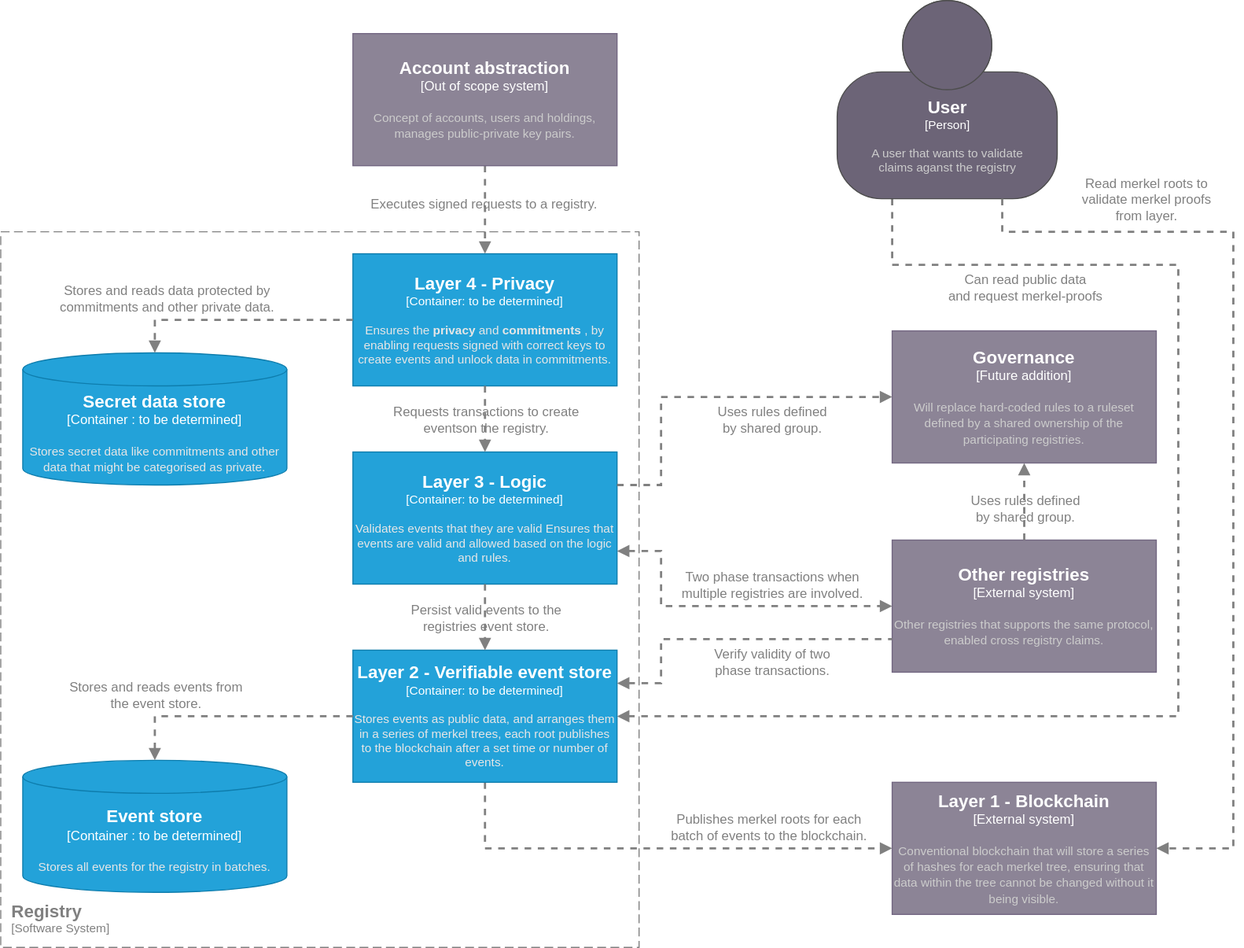
project-origin/registry keeps this draw.io diagram as doc/container_diagram.drawio.svg. Above is the earlier version. Source tidied: cells renumbered, new cells last; positions are measured from the earlier drawing's top-left corner, leaving out a move shared by most shapes.
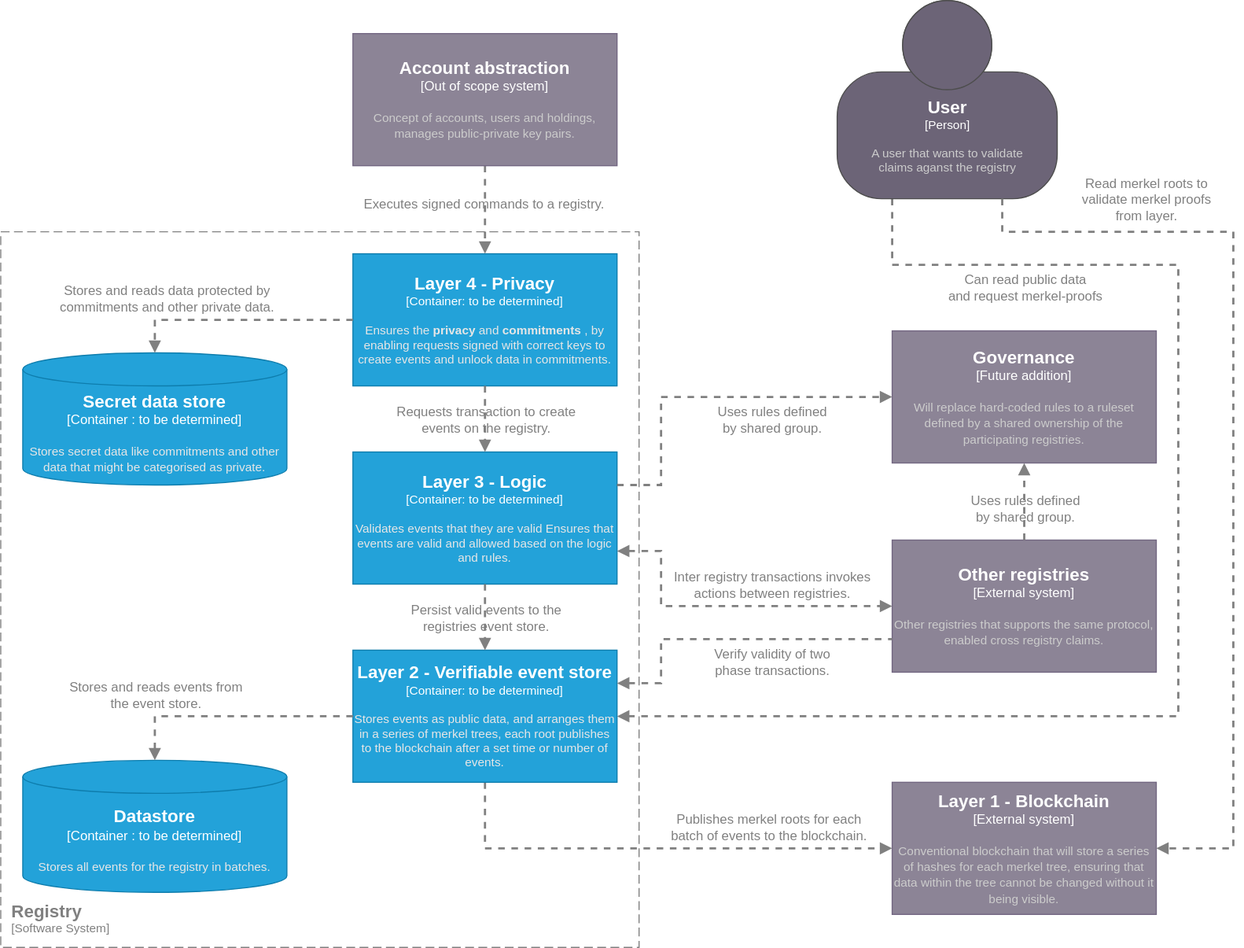
After the commit.

The edit, as a diff of the source:
```diff
@@ -22,7 +22,7 @@
         </Array>
       </mxGeometry>
     </mxCell>
-    <mxCell id="5" value="Two phase&amp;nbsp;transactions when &lt;br&gt;multiple registries are involved." style="edgeLabel;html=1;align=center;verticalAlign=middle;fontSize=12;labelBackgroundColor=none;rounded=0;fontColor=#808080;" parent="4" vertex="1">
+    <mxCell id="5" value="Inter registry transactions invokes&lt;br&gt;actions between registries." style="edgeLabel;html=1;align=center;verticalAlign=middle;fontSize=12;labelBackgroundColor=none;rounded=0;fontColor=#808080;" parent="4" vertex="1">
       <mxGeometry x="-0.09" relative="1" as="geometry">
         <mxPoint x="53" y="-20" as="offset" />
       </mxGeometry>
@@ -40,7 +40,7 @@
     <mxCell id="8" style="edgeStyle=none;html=1;entryX=0.5;entryY=0;entryDx=0;entryDy=0;entryPerimeter=0;dashed=1;fontSize=12;endArrow=block;endFill=1;rounded=0;fontColor=#808080;strokeColor=#808080;strokeWidth=2;" parent="1" edge="1" source="10" target="17">
       <mxGeometry relative="1" as="geometry" />
     </mxCell>
-    <mxCell id="9" value="Executes signed requests to a registry." style="edgeLabel;html=1;align=center;verticalAlign=middle;fontSize=12;labelBackgroundColor=none;rounded=0;fontColor=#808080;" parent="8" vertex="1">
+    <mxCell id="9" value="Executes signed commands to a registry." style="edgeLabel;html=1;align=center;verticalAlign=middle;fontSize=12;labelBackgroundColor=none;rounded=0;fontColor=#808080;" parent="8" vertex="1">
       <mxGeometry x="-0.15" y="-2" relative="1" as="geometry" />
     </mxCell>
     <object id="10" label="&lt;font style=&quot;font-size: 16px&quot;&gt;&lt;b&gt;%c4Name%&lt;/b&gt;&lt;/font&gt;&lt;div&gt;[%c4Type%]&lt;/div&gt;&lt;br&gt;&lt;div&gt;&lt;font style=&quot;font-size: 11px&quot;&gt;&lt;font color=&quot;#cccccc&quot;&gt;%c4Description%&lt;/font&gt;&lt;/div&gt;" c4Description="Concept of accounts, users and holdings, manages public-private key pairs.  " c4Name="Account abstraction" c4Type="Out of scope system" placeholders="1">
@@ -100,7 +100,7 @@
     <mxCell id="20" style="edgeStyle=none;html=1;entryX=0.5;entryY=0;entryDx=0;entryDy=0;entryPerimeter=0;dashed=1;endArrow=block;endFill=1;rounded=0;fontColor=#808080;strokeColor=#808080;exitX=0.5;exitY=1;exitDx=0;exitDy=0;exitPerimeter=0;strokeWidth=2;" parent="1" edge="1" source="17" target="16">
       <mxGeometry relative="1" as="geometry" />
     </mxCell>
-    <mxCell id="21" value="Requests transactions to create &lt;br&gt;eventson the registry.&amp;nbsp;" style="edgeLabel;html=1;align=center;verticalAlign=middle;fontSize=12;labelBackgroundColor=none;rounded=0;fontColor=#808080;" parent="20" vertex="1">
+    <mxCell id="21" value="Requests transaction to create &lt;br&gt;events on the registry.&amp;nbsp;" style="edgeLabel;html=1;align=center;verticalAlign=middle;fontSize=12;labelBackgroundColor=none;rounded=0;fontColor=#808080;" parent="20" vertex="1">
       <mxGeometry x="-0.14" y="-1" relative="1" as="geometry">
         <mxPoint x="1" y="4" as="offset" />
       </mxGeometry>
@@ -122,7 +122,7 @@
         <mxPoint x="-79" y="-19" as="offset" />
       </mxGeometry>
     </mxCell>
-    <object id="25" label="&lt;font style=&quot;font-size: 16px&quot;&gt;&lt;b&gt;%c4Type%&lt;/font&gt;&lt;div&gt;[%c4Container%:&amp;nbsp;%c4Technology%]&lt;/div&gt;&lt;br&gt;&lt;div&gt;&lt;font style=&quot;font-size: 11px&quot;&gt;&lt;font color=&quot;#E6E6E6&quot;&gt;%c4Description%&lt;/font&gt;&lt;/div&gt;" c4Container="Container " c4Description="Stores all events for the registry in batches." c4Technology="to be determined" c4Type="Event store" placeholders="1">
+    <object id="25" label="&lt;font style=&quot;font-size: 16px&quot;&gt;&lt;b&gt;%c4Type%&lt;/font&gt;&lt;div&gt;[%c4Container%:&amp;nbsp;%c4Technology%]&lt;/div&gt;&lt;br&gt;&lt;div&gt;&lt;font style=&quot;font-size: 11px&quot;&gt;&lt;font color=&quot;#E6E6E6&quot;&gt;%c4Description%&lt;/font&gt;&lt;/div&gt;" c4Container="Container " c4Description="Stores all events for the registry in batches." c4Technology="to be determined" c4Type="Datastore" placeholders="1">
       <mxCell style="shape=cylinder3;size=15;whiteSpace=wrap;html=1;boundedLbl=1;rounded=0;labelBackgroundColor=none;fillColor=#23A2D9;fontSize=12;fontColor=#ffffff;align=center;strokeColor=#0E7DAD;points=[[0.5,0,0],[1,0.25,0],[1,0.5,0],[1,0.75,0],[0.5,1,0],[0,0.75,0],[0,0.5,0],[0,0.25,0]];" parent="1" vertex="1">
         <mxGeometry x="20" y="690" width="240" height="120" as="geometry" />
       </mxCell>
```
